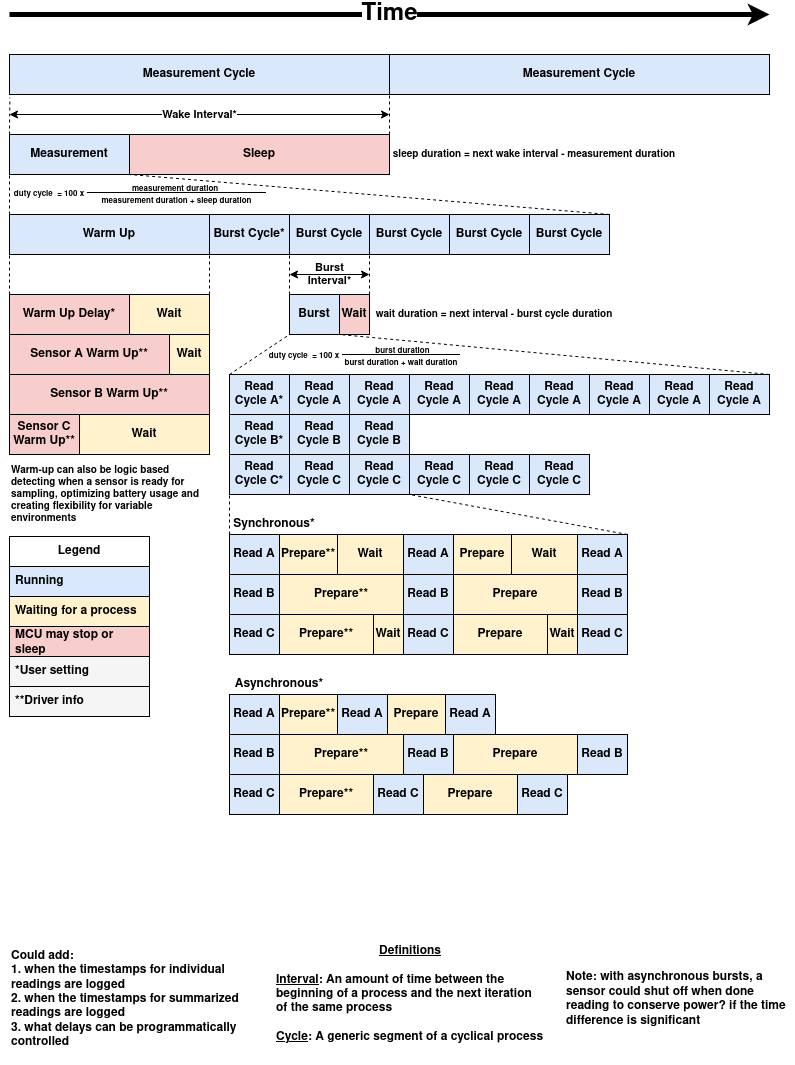
Above: TimingCycle.drawio.png in rrivirr/rriv-diagrams (draw.io), before the change. Source tidied: cells renumbered, new cells last; positions are measured from the earlier drawing's top-left corner, leaving out a move shared by most shapes.
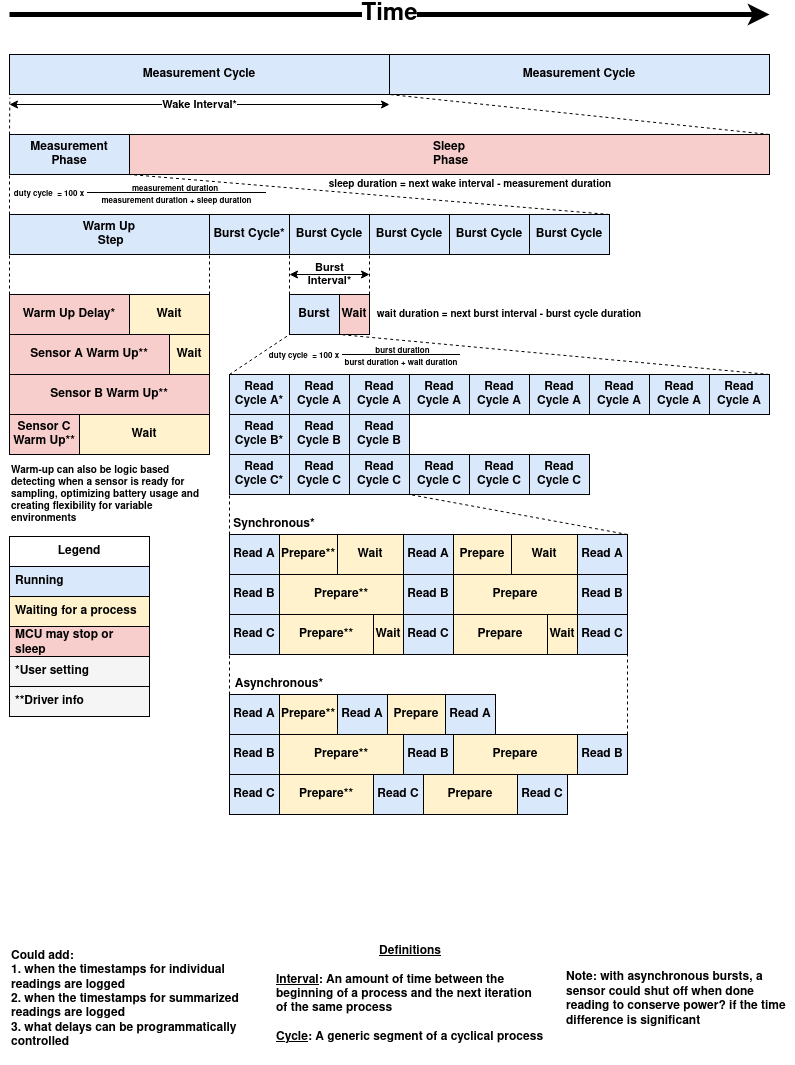
The same file after the commit.

Change to the diagram source:
```diff
@@ -16,8 +16,8 @@
     </mxCell>
     <mxCell id="5" value="&lt;span style=&quot;background-color: rgb(255, 255, 255);&quot;&gt;Wake Interval*&lt;/span&gt;" style="endArrow=classic;startArrow=classic;html=1;rounded=0;fontStyle=1;fontColor=#000000;strokeColor=#000000;labelBackgroundColor=none;" parent="1" edge="1">
       <mxGeometry relative="1" as="geometry">
-        <mxPoint y="100" as="sourcePoint" />
-        <mxPoint x="380" y="100" as="targetPoint" />
+        <mxPoint y="90" as="sourcePoint" />
+        <mxPoint x="380" y="90" as="targetPoint" />
       </mxGeometry>
     </mxCell>
     <mxCell id="6" style="endArrow=none;dashed=1;html=1;rounded=0;entryX=0.001;entryY=1.08;entryDx=0;entryDy=0;entryPerimeter=0;exitX=0;exitY=0;exitDx=0;exitDy=0;fontStyle=1;fontColor=#000000;strokeColor=#000000;labelBackgroundColor=none;" parent="1" edge="1" source="8" target="3">
@@ -26,11 +26,11 @@
     <mxCell id="7" style="endArrow=none;dashed=1;html=1;rounded=0;entryX=0;entryY=1;entryDx=0;entryDy=0;exitX=1;exitY=0;exitDx=0;exitDy=0;fontStyle=1;fontColor=#000000;strokeColor=#000000;labelBackgroundColor=none;" parent="1" edge="1" source="9" target="4">
       <mxGeometry relative="1" as="geometry" />
     </mxCell>
-    <mxCell id="8" value="Measurement" style="rounded=0;whiteSpace=wrap;html=1;fillColor=#dae8fc;strokeColor=#000000;fontStyle=1;fontColor=#000000;labelBackgroundColor=none;" parent="1" vertex="1">
+    <mxCell id="8" value="&lt;div&gt;Measurement&lt;/div&gt;&lt;div&gt;Phase&lt;br&gt;&lt;/div&gt;" style="rounded=0;whiteSpace=wrap;html=1;fillColor=#dae8fc;strokeColor=#000000;fontStyle=1;fontColor=#000000;labelBackgroundColor=none;" parent="1" vertex="1">
       <mxGeometry y="120" width="120" height="40" as="geometry" />
     </mxCell>
-    <mxCell id="9" value="&lt;div&gt;Sleep&lt;/div&gt;" style="rounded=0;whiteSpace=wrap;html=1;fillColor=#f8cecc;strokeColor=#000000;fontStyle=1;fontColor=#000000;labelBackgroundColor=none;" parent="1" vertex="1">
-      <mxGeometry x="120" y="120" width="260" height="40" as="geometry" />
+    <mxCell id="9" value="&lt;div&gt;Sleep&lt;/div&gt;&amp;nbsp;Phase" style="rounded=0;whiteSpace=wrap;html=1;fillColor=#f8cecc;strokeColor=#000000;fontStyle=1;fontColor=#000000;labelBackgroundColor=none;" parent="1" vertex="1">
+      <mxGeometry x="120" y="120" width="640" height="40" as="geometry" />
     </mxCell>
     <mxCell id="10" style="endArrow=none;dashed=1;html=1;rounded=0;entryX=0;entryY=1;entryDx=0;entryDy=0;exitX=0;exitY=0;exitDx=0;exitDy=0;fontStyle=1;fontColor=#000000;strokeColor=#000000;labelBackgroundColor=none;" parent="1" edge="1" source="12" target="8">
       <mxGeometry relative="1" as="geometry" />
@@ -38,7 +38,7 @@
     <mxCell id="11" style="endArrow=none;dashed=1;html=1;rounded=0;entryX=0;entryY=1;entryDx=0;entryDy=0;exitX=1;exitY=0;exitDx=0;exitDy=0;fontStyle=1;fontColor=#000000;strokeColor=#000000;labelBackgroundColor=none;" parent="1" edge="1" source="17" target="9">
       <mxGeometry relative="1" as="geometry" />
     </mxCell>
-    <mxCell id="12" value="&lt;div&gt;Warm Up&lt;br&gt;&lt;/div&gt;" style="rounded=0;whiteSpace=wrap;html=1;fillColor=#dae8fc;strokeColor=#000000;fontStyle=1;fontColor=#000000;labelBackgroundColor=none;" parent="1" vertex="1">
+    <mxCell id="12" value="&lt;div&gt;Warm Up&lt;br&gt;&lt;/div&gt;&amp;nbsp;Step" style="rounded=0;whiteSpace=wrap;html=1;fillColor=#dae8fc;strokeColor=#000000;fontStyle=1;fontColor=#000000;labelBackgroundColor=none;" parent="1" vertex="1">
       <mxGeometry y="200" width="200" height="40" as="geometry" />
     </mxCell>
     <mxCell id="13" value="Burst Cycle*" style="rounded=0;whiteSpace=wrap;html=1;fillColor=#dae8fc;strokeColor=#000000;fontStyle=1;fontColor=#000000;labelBackgroundColor=none;" parent="1" vertex="1">
@@ -75,10 +75,10 @@
       <mxGeometry x="330" y="280" width="30" height="40" as="geometry" />
     </mxCell>
     <mxCell id="23" value="sleep duration = next wake interval - measurement duration" style="text;html=1;strokeColor=none;fillColor=none;align=center;verticalAlign=middle;whiteSpace=wrap;rounded=0;fontSize=10;fontStyle=1;fontColor=#000000;labelBackgroundColor=none;" parent="1" vertex="1">
-      <mxGeometry x="380" y="130" width="290" height="20" as="geometry" />
+      <mxGeometry x="316" y="160" width="290" height="20" as="geometry" />
     </mxCell>
-    <mxCell id="24" value="&lt;div&gt;wait duration = next interval - burst cycle duration&lt;/div&gt;" style="text;html=1;strokeColor=none;fillColor=none;align=center;verticalAlign=middle;whiteSpace=wrap;rounded=0;fontSize=10;fontStyle=1;fontColor=#000000;labelBackgroundColor=none;labelBorderColor=none;" parent="1" vertex="1">
-      <mxGeometry x="360" y="290" width="250" height="20" as="geometry" />
+    <mxCell id="24" value="&lt;div&gt;wait duration = next burst interval - burst cycle duration&lt;/div&gt;" style="text;html=1;strokeColor=none;fillColor=none;align=center;verticalAlign=middle;whiteSpace=wrap;rounded=0;fontSize=10;fontStyle=1;fontColor=#000000;labelBackgroundColor=none;labelBorderColor=none;" parent="1" vertex="1">
+      <mxGeometry x="360" y="290" width="280" height="20" as="geometry" />
     </mxCell>
     <mxCell id="25" style="endArrow=none;dashed=1;html=1;rounded=0;exitX=0;exitY=0;exitDx=0;exitDy=0;entryX=0;entryY=1;entryDx=0;entryDy=0;fontStyle=1;fontColor=#000000;strokeColor=#000000;labelBackgroundColor=none;" parent="1" edge="1" source="21" target="14">
       <mxGeometry relative="1" as="geometry" />
@@ -326,5 +326,11 @@
     <mxCell id="106" value="Read C" style="rounded=0;whiteSpace=wrap;html=1;fillColor=#dae8fc;strokeColor=#000000;fontStyle=1;fontColor=#000000;labelBackgroundColor=none;" parent="1" vertex="1">
       <mxGeometry x="508" y="760" width="50" height="40" as="geometry" />
     </mxCell>
+    <mxCell id="107" style="endArrow=none;dashed=1;html=1;rounded=0;exitX=0;exitY=0;exitDx=0;exitDy=0;fontStyle=1;fontColor=#000000;strokeColor=#000000;labelBackgroundColor=none;entryX=0;entryY=1;entryDx=0;entryDy=0;" parent="1" edge="1" source="53" target="46">
+      <mxGeometry relative="1" as="geometry" />
+    </mxCell>
+    <mxCell id="108" style="endArrow=none;dashed=1;html=1;rounded=0;exitX=1;exitY=0;exitDx=0;exitDy=0;entryX=1;entryY=1;entryDx=0;entryDy=0;fontStyle=1;fontColor=#000000;strokeColor=#000000;labelBackgroundColor=none;" parent="1" edge="1" source="105" target="92">
+      <mxGeometry relative="1" as="geometry" />
+    </mxCell>
   </root>
 </mxGraphModel>
```
